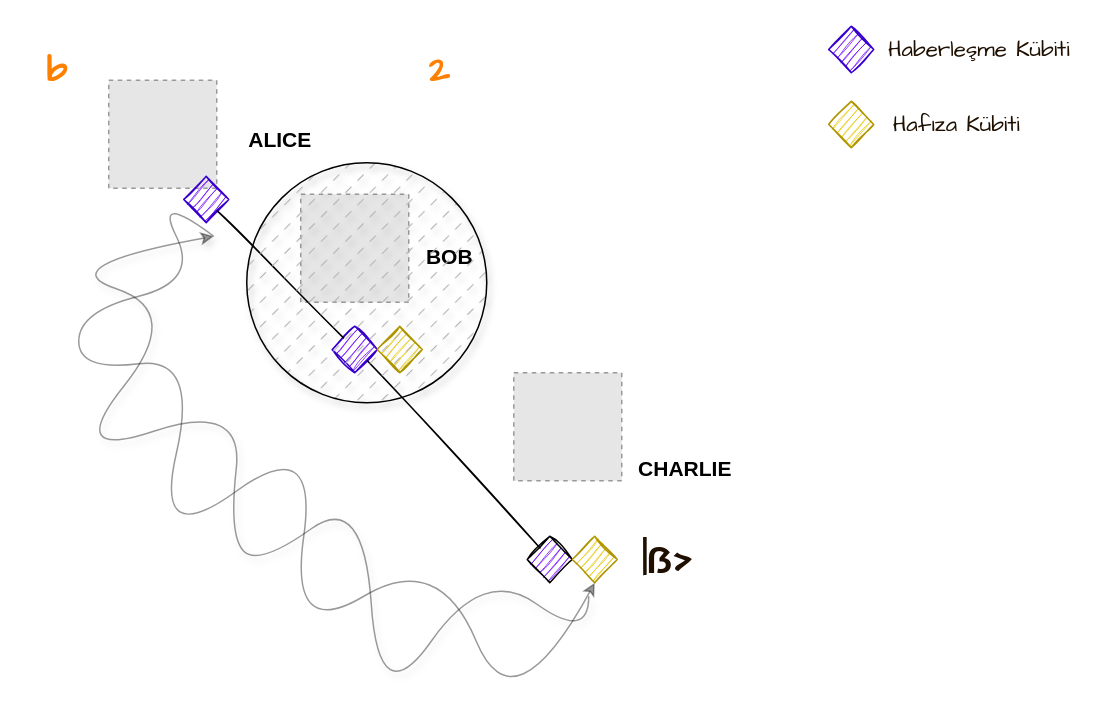
Above: Teleportation between 3 nodes b 2.drawio in elifoz/QuantumGraphics (draw.io), before the change. Source tidied: cells renumbered, new cells numbered last; positions are measured from the earlier drawing's top-left corner, leaving out a move shared by most shapes. Both pictures are drawn from the tidied source at 150%, with x=0, y=0 at pixel (26, 26). Pictures stored in the file or linked from it are replaced by grey dashed boxes.
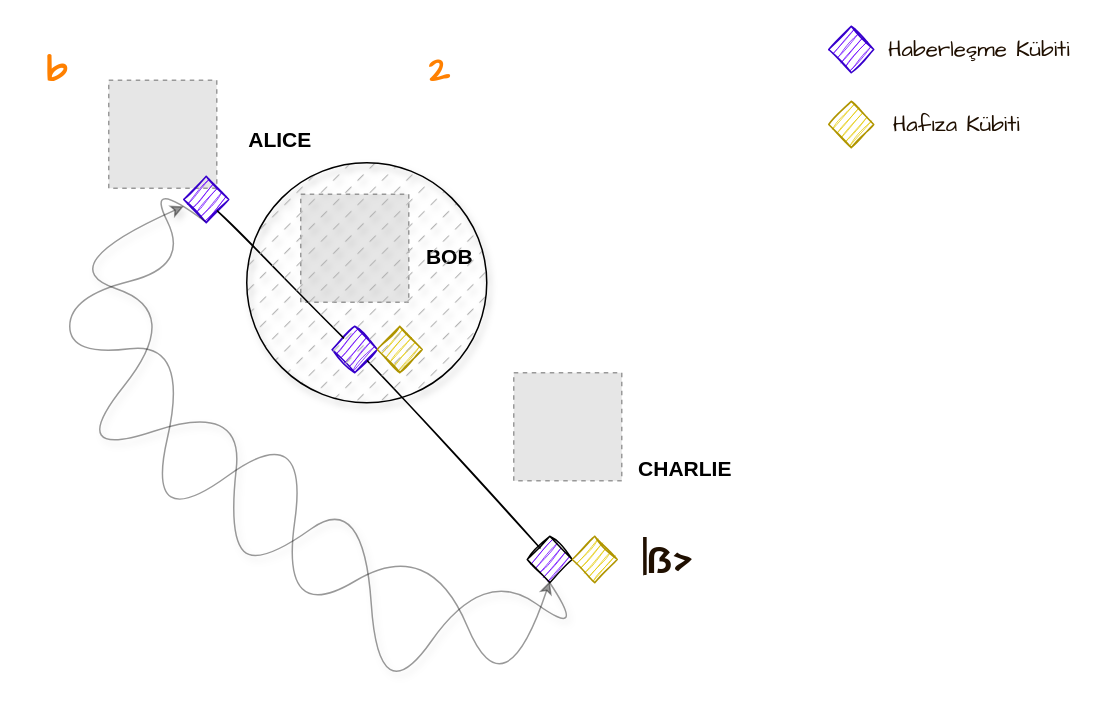
After the change.

Unchanged cells that the change refers to:
```xml
<mxCell id="10" style="rhombus;whiteSpace=wrap;html=1;labelBackgroundColor=#FFFFFF;fontSize=14;fontColor=#ffffff;fillColor=#6a00ff;strokeColor=default;fillStyle=dots;sketch=1;rounded=0;" parent="1" vertex="1">
  <mxGeometry x="334" y="340" width="30" height="31" as="geometry" />
</mxCell>
<mxCell id="11" style="rhombus;whiteSpace=wrap;html=1;labelBackgroundColor=#FFFFFF;fontSize=14;fontColor=#000000;fillColor=#e3c800;strokeColor=#B09500;fillStyle=dots;sketch=1;rounded=0;" parent="1" vertex="1">
  <mxGeometry x="364" y="340" width="30" height="31" as="geometry" />
</mxCell>
```

Diff of the diagram source:
```diff
@@
-    <mxCell id="21" style="endArrow=classic;html=1;strokeWidth=1;opacity=40;curved=1;sketch=0;shadow=1;" parent="1" edge="1">
+    <mxCell id="21" style="endArrow=classic;html=1;strokeWidth=1;opacity=40;curved=1;sketch=0;shadow=1;exitX=0.5;exitY=1;exitDx=0;exitDy=0;" parent="1" edge="1" source="10">
       <mxGeometry relative="1" as="geometry">
-        <mxPoint x="375" y="380" as="sourcePoint" />
-        <mxPoint x="125" y="140" as="targetPoint" />
+        <mxPoint x="105" y="120" as="targetPoint" />
         <Array as="points">
           <mxPoint x="375" y="410" />
           <mxPoint x="305" y="360" />
           <mxPoint x="235" y="460" />
           <mxPoint x="225" y="310" />
           <mxPoint x="155" y="360" />
           <mxPoint x="135" y="340" />
           <mxPoint x="145" y="250" />
           <mxPoint x="25" y="290" />
           <mxPoint x="105" y="190" />
           <mxPoint x="15" y="160" />
         </Array>
       </mxGeometry>
     </mxCell>
-    <mxCell id="22" style="endArrow=classic;html=1;strokeWidth=1;opacity=40;curved=1;entryX=0.5;entryY=1;entryDx=0;entryDy=0;" parent="1" edge="1" target="11">
+    <mxCell id="22" style="endArrow=classic;html=1;strokeWidth=1;opacity=40;curved=1;" parent="1" edge="1">
       <mxGeometry relative="1" as="geometry">
-        <mxPoint x="125" y="140" as="sourcePoint" />
+        <mxPoint x="119" y="130" as="sourcePoint" />
+        <mxPoint x="349" y="370" as="targetPoint" />
         <Array as="points">
-          <mxPoint x="85" y="110" />
-          <mxPoint x="115" y="170" />
-          <mxPoint x="35" y="190" />
-          <mxPoint x="35" y="230" />
-          <mxPoint x="115" y="220" />
-          <mxPoint x="85" y="350" />
-          <mxPoint x="195" y="270" />
-          <mxPoint x="175" y="410" />
-          <mxPoint x="275" y="350" />
-          <mxPoint x="325" y="470" />
+          <mxPoint x="79" y="100" />
+          <mxPoint x="109" y="160" />
+          <mxPoint x="29" y="180" />
+          <mxPoint x="29" y="220" />
+          <mxPoint x="109" y="210" />
+          <mxPoint x="79" y="340" />
+          <mxPoint x="189" y="260" />
+          <mxPoint x="169" y="400" />
+          <mxPoint x="269" y="340" />
+          <mxPoint x="319" y="460" />
         </Array>
       </mxGeometry>
     </mxCell>
```
